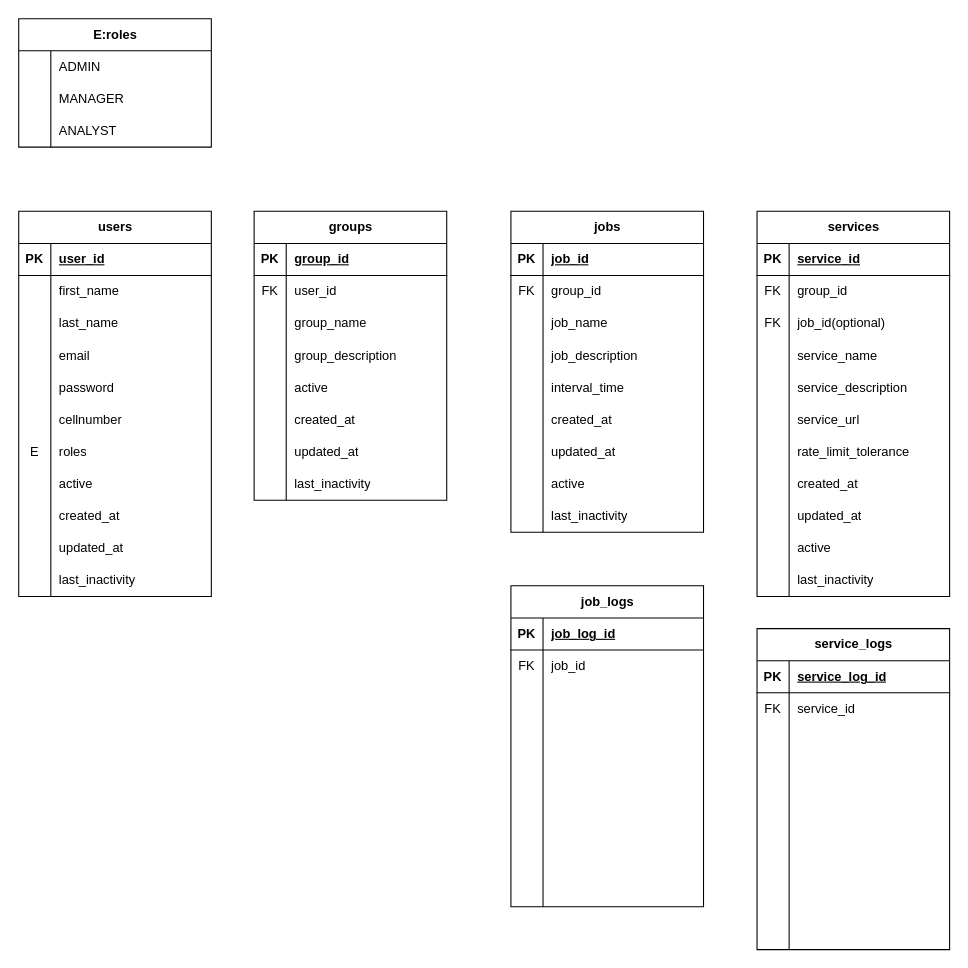
Before: docs/5_db_modeling.dio in EoBryanDev/health-check-system, a draw.io diagram. Source tidied: cells renumbered, new cells numbered last; positions are measured from the earlier drawing's top-left corner, leaving out a move shared by most shapes. Both pictures are drawn from the tidied source at 107%, with x=0, y=0 at pixel (18, 18).
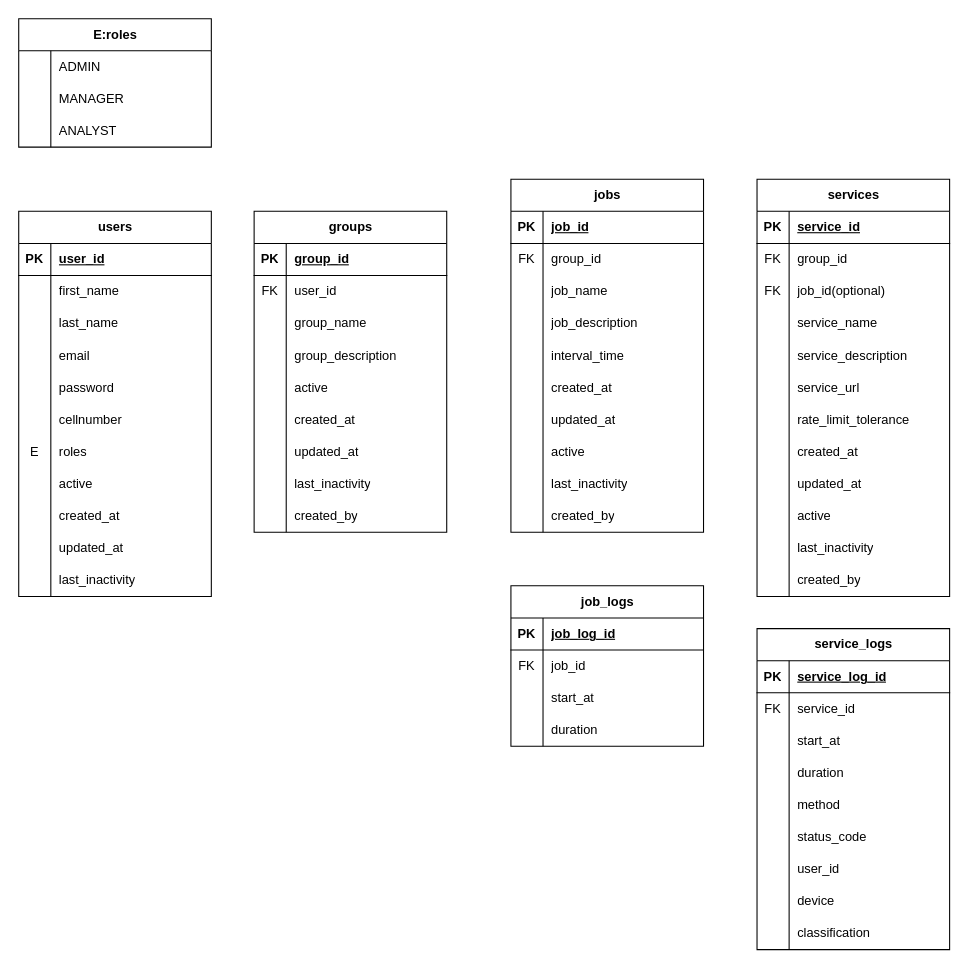
The same diagram, later.

Unchanged cells that the change refers to:
```xml
<mxCell id="140" style="shape=tableRow;horizontal=0;startSize=0;swimlaneHead=0;swimlaneBody=0;fillColor=none;top=0;left=0;right=0;bottom=0;" parent="133" vertex="1">
  <mxGeometry y="90" width="180" height="30" as="geometry" />
</mxCell>
<mxCell id="143" style="shape=tableRow;horizontal=0;startSize=0;swimlaneHead=0;swimlaneBody=0;fillColor=none;top=0;left=0;right=0;bottom=0;" parent="133" vertex="1">
  <mxGeometry y="120" width="180" height="30" as="geometry" />
</mxCell>
<mxCell id="161" value="service_logs" style="shape=table;startSize=30;childLayout=tableLayout;rowLines=0;fontStyle=1;align=center;html=1;" parent="1" vertex="1">
  <mxGeometry x="690" y="570" width="180" height="300" as="geometry" />
</mxCell>
<mxCell id="168" style="shape=tableRow;horizontal=0;startSize=0;swimlaneHead=0;swimlaneBody=0;fillColor=none;top=0;left=0;right=0;bottom=0;" parent="161" vertex="1">
  <mxGeometry y="90" width="180" height="30" as="geometry" />
</mxCell>
<mxCell id="171" style="shape=tableRow;horizontal=0;startSize=0;swimlaneHead=0;swimlaneBody=0;fillColor=none;top=0;left=0;right=0;bottom=0;" parent="161" vertex="1">
  <mxGeometry y="120" width="180" height="30" as="geometry" />
</mxCell>
<mxCell id="174" style="shape=tableRow;horizontal=0;startSize=0;swimlaneHead=0;swimlaneBody=0;fillColor=none;top=0;left=0;right=0;bottom=0;" parent="161" vertex="1">
  <mxGeometry y="150" width="180" height="30" as="geometry" />
</mxCell>
<mxCell id="177" style="shape=tableRow;horizontal=0;startSize=0;swimlaneHead=0;swimlaneBody=0;fillColor=none;top=0;left=0;right=0;bottom=0;" parent="161" vertex="1">
  <mxGeometry y="180" width="180" height="30" as="geometry" />
</mxCell>
<mxCell id="180" style="shape=tableRow;horizontal=0;startSize=0;swimlaneHead=0;swimlaneBody=0;fillColor=none;top=0;left=0;right=0;bottom=0;" parent="161" vertex="1">
  <mxGeometry y="210" width="180" height="30" as="geometry" />
</mxCell>
<mxCell id="183" style="shape=tableRow;horizontal=0;startSize=0;swimlaneHead=0;swimlaneBody=0;fillColor=none;top=0;left=0;right=0;bottom=0;" parent="161" vertex="1">
  <mxGeometry y="240" width="180" height="30" as="geometry" />
</mxCell>
```

What changed in the source:
```diff
@@
     <mxCell id="46" value="groups" style="shape=table;startSize=30;childLayout=tableLayout;rowLines=0;fontStyle=1;align=center;html=1;" parent="1" vertex="1">
-      <mxGeometry x="220" y="180" width="180" height="270" as="geometry" />
+      <mxGeometry x="220" y="180" width="180" height="300" as="geometry" />
     </mxCell>
@@
+    <mxCell id="189" style="shape=tableRow;horizontal=0;startSize=0;swimlaneHead=0;swimlaneBody=0;fillColor=none;top=0;left=0;right=0;bottom=0;" parent="46" vertex="1">
+      <mxGeometry y="270" width="180" height="30" as="geometry" />
+    </mxCell>
+    <mxCell id="190" style="shape=partialRectangle;fillColor=none;top=0;left=0;bottom=0;right=0;overflow=hidden;whiteSpace=wrap;html=1;" parent="189" vertex="1">
+      <mxGeometry width="30" height="30" as="geometry" />
+    </mxCell>
+    <mxCell id="191" value="created_by" style="shape=partialRectangle;fillColor=none;top=0;left=0;bottom=0;right=0;align=left;spacingLeft=6;overflow=hidden;whiteSpace=wrap;html=1;" parent="189" vertex="1">
+      <mxGeometry x="30" width="150" height="30" as="geometry" />
+    </mxCell>
     <mxCell id="71" value="jobs" style="shape=table;startSize=30;childLayout=tableLayout;rowLines=0;fontStyle=1;align=center;html=1;" parent="1" vertex="1">
-      <mxGeometry x="460" y="180" width="180" height="300" as="geometry" />
+      <mxGeometry x="460" y="150" width="180" height="330" as="geometry" />
     </mxCell>
@@
+    <mxCell id="192" style="shape=tableRow;horizontal=0;startSize=0;swimlaneHead=0;swimlaneBody=0;fillColor=none;top=0;left=0;right=0;bottom=0;" parent="71" vertex="1">
+      <mxGeometry y="300" width="180" height="30" as="geometry" />
+    </mxCell>
+    <mxCell id="193" style="shape=partialRectangle;fillColor=none;top=0;left=0;bottom=0;right=0;overflow=hidden;whiteSpace=wrap;html=1;" parent="192" vertex="1">
+      <mxGeometry width="30" height="30" as="geometry" />
+    </mxCell>
+    <mxCell id="194" value="created_by" style="shape=partialRectangle;fillColor=none;top=0;left=0;bottom=0;right=0;align=left;spacingLeft=6;overflow=hidden;whiteSpace=wrap;html=1;" parent="192" vertex="1">
+      <mxGeometry x="30" width="150" height="30" as="geometry" />
+    </mxCell>
     <mxCell id="99" value="services" style="shape=table;startSize=30;childLayout=tableLayout;rowLines=0;fontStyle=1;align=center;html=1;" parent="1" vertex="1">
-      <mxGeometry x="690" y="180" width="180" height="360" as="geometry" />
+      <mxGeometry x="690" y="150" width="180" height="390" as="geometry" />
     </mxCell>
@@
+    <mxCell id="195" style="shape=tableRow;horizontal=0;startSize=0;swimlaneHead=0;swimlaneBody=0;fillColor=none;top=0;left=0;right=0;bottom=0;" parent="99" vertex="1">
+      <mxGeometry y="360" width="180" height="30" as="geometry" />
+    </mxCell>
+    <mxCell id="196" style="shape=partialRectangle;fillColor=none;top=0;left=0;bottom=0;right=0;overflow=hidden;whiteSpace=wrap;html=1;" parent="195" vertex="1">
+      <mxGeometry width="30" height="30" as="geometry" />
+    </mxCell>
+    <mxCell id="197" value="created_by" style="shape=partialRectangle;fillColor=none;top=0;left=0;bottom=0;right=0;align=left;spacingLeft=6;overflow=hidden;whiteSpace=wrap;html=1;" parent="195" vertex="1">
+      <mxGeometry x="30" width="150" height="30" as="geometry" />
+    </mxCell>
     <mxCell id="133" value="job_logs" style="shape=table;startSize=30;childLayout=tableLayout;rowLines=0;fontStyle=1;align=center;html=1;" parent="1" vertex="1">
-      <mxGeometry x="460" y="530" width="180" height="300" as="geometry" />
+      <mxGeometry x="460" y="530" width="180" height="150" as="geometry" />
     </mxCell>
@@
-    <mxCell id="142" style="shape=partialRectangle;fillColor=none;top=0;left=0;bottom=0;right=0;align=left;spacingLeft=6;overflow=hidden;whiteSpace=wrap;html=1;" parent="140" vertex="1">
+    <mxCell id="142" value="start_at" style="shape=partialRectangle;fillColor=none;top=0;left=0;bottom=0;right=0;align=left;spacingLeft=6;overflow=hidden;whiteSpace=wrap;html=1;" parent="140" vertex="1">
       <mxGeometry x="30" width="150" height="30" as="geometry" />
     </mxCell>
@@
-    <mxCell id="145" style="shape=partialRectangle;fillColor=none;top=0;left=0;bottom=0;right=0;align=left;spacingLeft=6;overflow=hidden;whiteSpace=wrap;html=1;" parent="143" vertex="1">
+    <mxCell id="145" value="duration" style="shape=partialRectangle;fillColor=none;top=0;left=0;bottom=0;right=0;align=left;spacingLeft=6;overflow=hidden;whiteSpace=wrap;html=1;" parent="143" vertex="1">
       <mxGeometry x="30" width="150" height="30" as="geometry" />
     </mxCell>
-    <mxCell id="146" style="shape=tableRow;horizontal=0;startSize=0;swimlaneHead=0;swimlaneBody=0;fillColor=none;top=0;left=0;right=0;bottom=0;" parent="133" vertex="1">
-      <mxGeometry y="150" width="180" height="30" as="geometry" />
-    </mxCell>
-    <mxCell id="147" style="shape=partialRectangle;fillColor=none;top=0;left=0;bottom=0;right=0;overflow=hidden;whiteSpace=wrap;html=1;" parent="146" vertex="1">
-      <mxGeometry width="30" height="30" as="geometry" />
-    </mxCell>
-    <mxCell id="148" style="shape=partialRectangle;fillColor=none;top=0;left=0;bottom=0;right=0;align=left;spacingLeft=6;overflow=hidden;whiteSpace=wrap;html=1;" parent="146" vertex="1">
-      <mxGeometry x="30" width="150" height="30" as="geometry" />
-    </mxCell>
-    <mxCell id="149" style="shape=tableRow;horizontal=0;startSize=0;swimlaneHead=0;swimlaneBody=0;fillColor=none;top=0;left=0;right=0;bottom=0;" parent="133" vertex="1">
-      <mxGeometry y="180" width="180" height="30" as="geometry" />
-    </mxCell>
-    <mxCell id="150" style="shape=partialRectangle;fillColor=none;top=0;left=0;bottom=0;right=0;overflow=hidden;whiteSpace=wrap;html=1;" parent="149" vertex="1">
-      <mxGeometry width="30" height="30" as="geometry" />
-    </mxCell>
-    <mxCell id="151" style="shape=partialRectangle;fillColor=none;top=0;left=0;bottom=0;right=0;align=left;spacingLeft=6;overflow=hidden;whiteSpace=wrap;html=1;" parent="149" vertex="1">
-      <mxGeometry x="30" width="150" height="30" as="geometry" />
-    </mxCell>
-    <mxCell id="152" style="shape=tableRow;horizontal=0;startSize=0;swimlaneHead=0;swimlaneBody=0;fillColor=none;top=0;left=0;right=0;bottom=0;" parent="133" vertex="1">
-      <mxGeometry y="210" width="180" height="30" as="geometry" />
-    </mxCell>
-    <mxCell id="153" style="shape=partialRectangle;fillColor=none;top=0;left=0;bottom=0;right=0;overflow=hidden;whiteSpace=wrap;html=1;" parent="152" vertex="1">
-      <mxGeometry width="30" height="30" as="geometry" />
-    </mxCell>
-    <mxCell id="154" style="shape=partialRectangle;fillColor=none;top=0;left=0;bottom=0;right=0;align=left;spacingLeft=6;overflow=hidden;whiteSpace=wrap;html=1;" parent="152" vertex="1">
-      <mxGeometry x="30" width="150" height="30" as="geometry" />
-    </mxCell>
-    <mxCell id="155" style="shape=tableRow;horizontal=0;startSize=0;swimlaneHead=0;swimlaneBody=0;fillColor=none;top=0;left=0;right=0;bottom=0;" parent="133" vertex="1">
-      <mxGeometry y="240" width="180" height="30" as="geometry" />
-    </mxCell>
-    <mxCell id="156" style="shape=partialRectangle;fillColor=none;top=0;left=0;bottom=0;right=0;overflow=hidden;whiteSpace=wrap;html=1;" parent="155" vertex="1">
-      <mxGeometry width="30" height="30" as="geometry" />
-    </mxCell>
-    <mxCell id="157" style="shape=partialRectangle;fillColor=none;top=0;left=0;bottom=0;right=0;align=left;spacingLeft=6;overflow=hidden;whiteSpace=wrap;html=1;" parent="155" vertex="1">
-      <mxGeometry x="30" width="150" height="30" as="geometry" />
-    </mxCell>
-    <mxCell id="158" style="shape=tableRow;horizontal=0;startSize=0;swimlaneHead=0;swimlaneBody=0;fillColor=none;top=0;left=0;right=0;bottom=0;" parent="133" vertex="1">
-      <mxGeometry y="270" width="180" height="30" as="geometry" />
-    </mxCell>
-    <mxCell id="159" style="shape=partialRectangle;fillColor=none;top=0;left=0;bottom=0;right=0;overflow=hidden;whiteSpace=wrap;html=1;" parent="158" vertex="1">
-      <mxGeometry width="30" height="30" as="geometry" />
-    </mxCell>
-    <mxCell id="160" style="shape=partialRectangle;fillColor=none;top=0;left=0;bottom=0;right=0;align=left;spacingLeft=6;overflow=hidden;whiteSpace=wrap;html=1;" parent="158" vertex="1">
-      <mxGeometry x="30" width="150" height="30" as="geometry" />
-    </mxCell>
@@
-    <mxCell id="170" style="shape=partialRectangle;fillColor=none;top=0;left=0;bottom=0;right=0;align=left;spacingLeft=6;overflow=hidden;whiteSpace=wrap;html=1;" parent="168" vertex="1">
+    <mxCell id="170" value="start_at" style="shape=partialRectangle;fillColor=none;top=0;left=0;bottom=0;right=0;align=left;spacingLeft=6;overflow=hidden;whiteSpace=wrap;html=1;" parent="168" vertex="1">
       <mxGeometry x="30" width="150" height="30" as="geometry" />
     </mxCell>
@@
-    <mxCell id="173" style="shape=partialRectangle;fillColor=none;top=0;left=0;bottom=0;right=0;align=left;spacingLeft=6;overflow=hidden;whiteSpace=wrap;html=1;" parent="171" vertex="1">
+    <mxCell id="173" value="duration" style="shape=partialRectangle;fillColor=none;top=0;left=0;bottom=0;right=0;align=left;spacingLeft=6;overflow=hidden;whiteSpace=wrap;html=1;" parent="171" vertex="1">
       <mxGeometry x="30" width="150" height="30" as="geometry" />
     </mxCell>
@@
-    <mxCell id="176" style="shape=partialRectangle;fillColor=none;top=0;left=0;bottom=0;right=0;align=left;spacingLeft=6;overflow=hidden;whiteSpace=wrap;html=1;" parent="174" vertex="1">
+    <mxCell id="176" value="method" style="shape=partialRectangle;fillColor=none;top=0;left=0;bottom=0;right=0;align=left;spacingLeft=6;overflow=hidden;whiteSpace=wrap;html=1;" parent="174" vertex="1">
       <mxGeometry x="30" width="150" height="30" as="geometry" />
     </mxCell>
@@
-    <mxCell id="179" style="shape=partialRectangle;fillColor=none;top=0;left=0;bottom=0;right=0;align=left;spacingLeft=6;overflow=hidden;whiteSpace=wrap;html=1;" parent="177" vertex="1">
+    <mxCell id="179" value="status_code" style="shape=partialRectangle;fillColor=none;top=0;left=0;bottom=0;right=0;align=left;spacingLeft=6;overflow=hidden;whiteSpace=wrap;html=1;" parent="177" vertex="1">
       <mxGeometry x="30" width="150" height="30" as="geometry" />
     </mxCell>
@@
-    <mxCell id="182" style="shape=partialRectangle;fillColor=none;top=0;left=0;bottom=0;right=0;align=left;spacingLeft=6;overflow=hidden;whiteSpace=wrap;html=1;" parent="180" vertex="1">
+    <mxCell id="182" value="user_id" style="shape=partialRectangle;fillColor=none;top=0;left=0;bottom=0;right=0;align=left;spacingLeft=6;overflow=hidden;whiteSpace=wrap;html=1;" parent="180" vertex="1">
       <mxGeometry x="30" width="150" height="30" as="geometry" />
     </mxCell>
@@
-    <mxCell id="185" style="shape=partialRectangle;fillColor=none;top=0;left=0;bottom=0;right=0;align=left;spacingLeft=6;overflow=hidden;whiteSpace=wrap;html=1;" parent="183" vertex="1">
+    <mxCell id="185" value="device" style="shape=partialRectangle;fillColor=none;top=0;left=0;bottom=0;right=0;align=left;spacingLeft=6;overflow=hidden;whiteSpace=wrap;html=1;" parent="183" vertex="1">
       <mxGeometry x="30" width="150" height="30" as="geometry" />
     </mxCell>
-    <mxCell id="186" style="shape=tableRow;horizontal=0;startSize=0;swimlaneHead=0;swimlaneBody=0;fillColor=none;top=0;left=0;right=0;bottom=0;" parent="161" vertex="1">
-      <mxGeometry y="270" width="180" height="30" as="geometry" />
-    </mxCell>
-    <mxCell id="187" style="shape=partialRectangle;fillColor=none;top=0;left=0;bottom=0;right=0;overflow=hidden;whiteSpace=wrap;html=1;" parent="186" vertex="1">
-      <mxGeometry width="30" height="30" as="geometry" />
-    </mxCell>
-    <mxCell id="188" style="shape=partialRectangle;fillColor=none;top=0;left=0;bottom=0;right=0;align=left;spacingLeft=6;overflow=hidden;whiteSpace=wrap;html=1;" parent="186" vertex="1">
-      <mxGeometry x="30" width="150" height="30" as="geometry" />
-    </mxCell>
+    <mxCell id="198" style="shape=tableRow;horizontal=0;startSize=0;swimlaneHead=0;swimlaneBody=0;fillColor=none;top=0;left=0;right=0;bottom=0;" parent="161" vertex="1">
+      <mxGeometry y="270" width="180" height="30" as="geometry" />
+    </mxCell>
+    <mxCell id="199" style="shape=partialRectangle;fillColor=none;top=0;left=0;bottom=0;right=0;overflow=hidden;whiteSpace=wrap;html=1;" parent="198" vertex="1">
+      <mxGeometry width="30" height="30" as="geometry" />
+    </mxCell>
+    <mxCell id="200" value="classification" style="shape=partialRectangle;fillColor=none;top=0;left=0;bottom=0;right=0;align=left;spacingLeft=6;overflow=hidden;whiteSpace=wrap;html=1;" parent="198" vertex="1">
+      <mxGeometry x="30" width="150" height="30" as="geometry" />
+    </mxCell>
```
